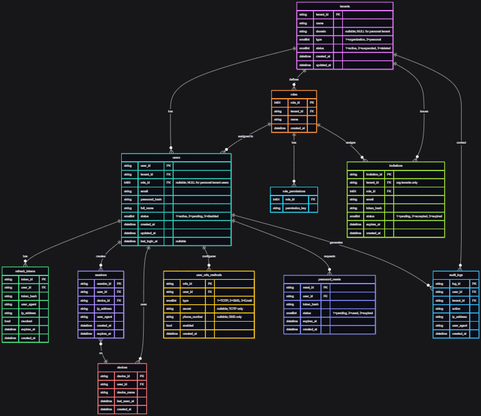
This is docs/reference/data-model/erd.png from MysteriousZero/Auth-Haven, a Mermaid export, as it was before one commit. Its source is kept beside it as docs/reference/data-model/erd.mmd.
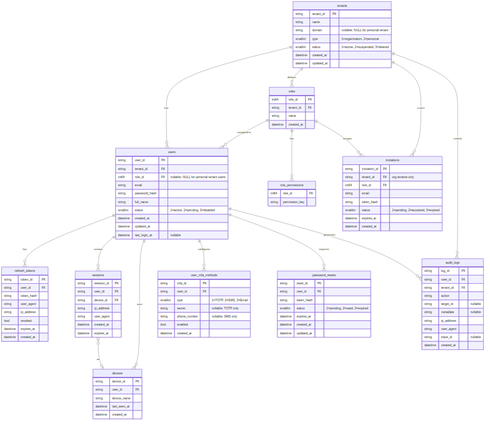
The same file after the commit.

The edit, as a diff of the source:
```diff
@@ -82,6 +82,7 @@
         smallint status "1=pending, 2=used, 3=expired"
         datetime expires_at
         datetime created_at
+        datetime updated_at
     }
 
     invitations {
@@ -104,6 +105,7 @@
         string metadata "nullable"
         string ip_address
         string user_agent
+        string trace_id "nullable"
         datetime created_at
     }
 
@@ -125,4 +127,4 @@
     users ||--o{ password_resets : "requests"
     users ||--o{ audit_logs : "generates"
 
-    sessions }o--|| devices : "on"
+    sessions }o--o| devices : "on"
```
